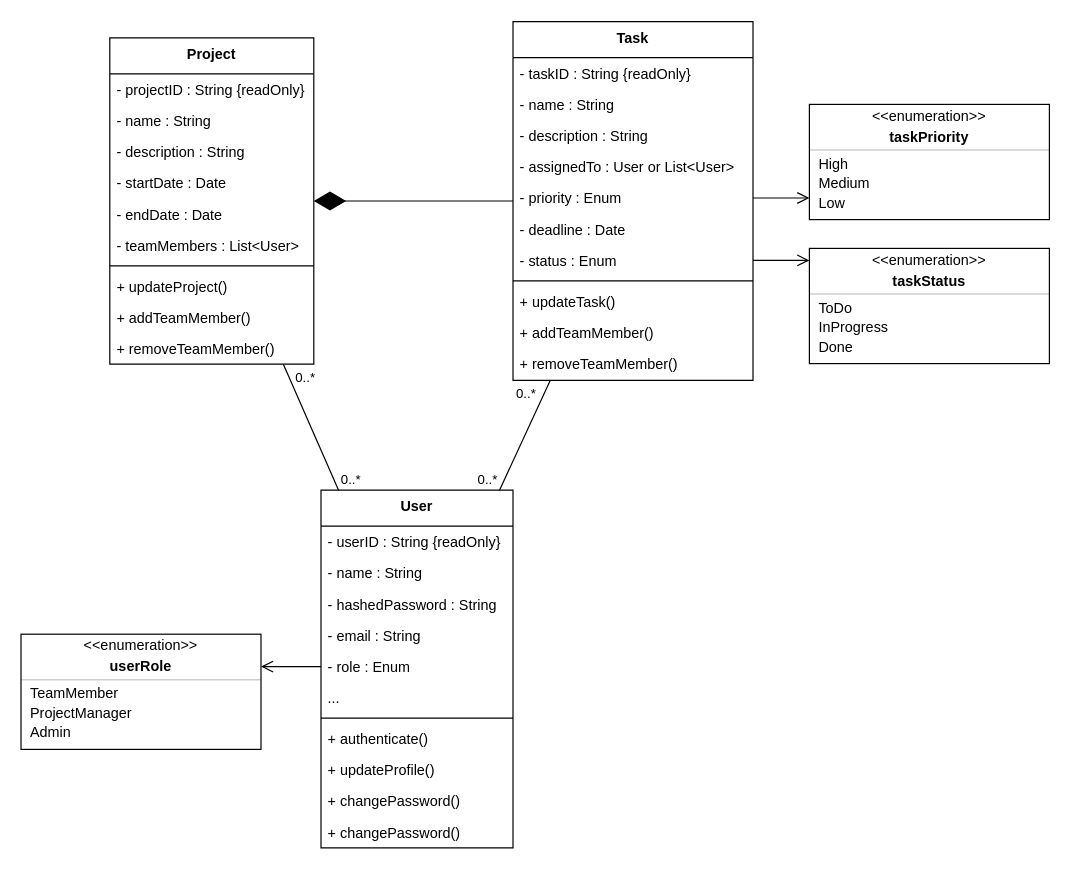
Before: Documents/UML/Class Diagrams/class_diagram.drawio in Triomphh/coman, a draw.io diagram. Source tidied: cells renumbered, new cells numbered last; positions are measured from the earlier drawing's top-left corner, leaving out a move shared by most shapes. Both pictures are drawn from the tidied source at 120%, with x=0, y=0 at pixel (20, 22).
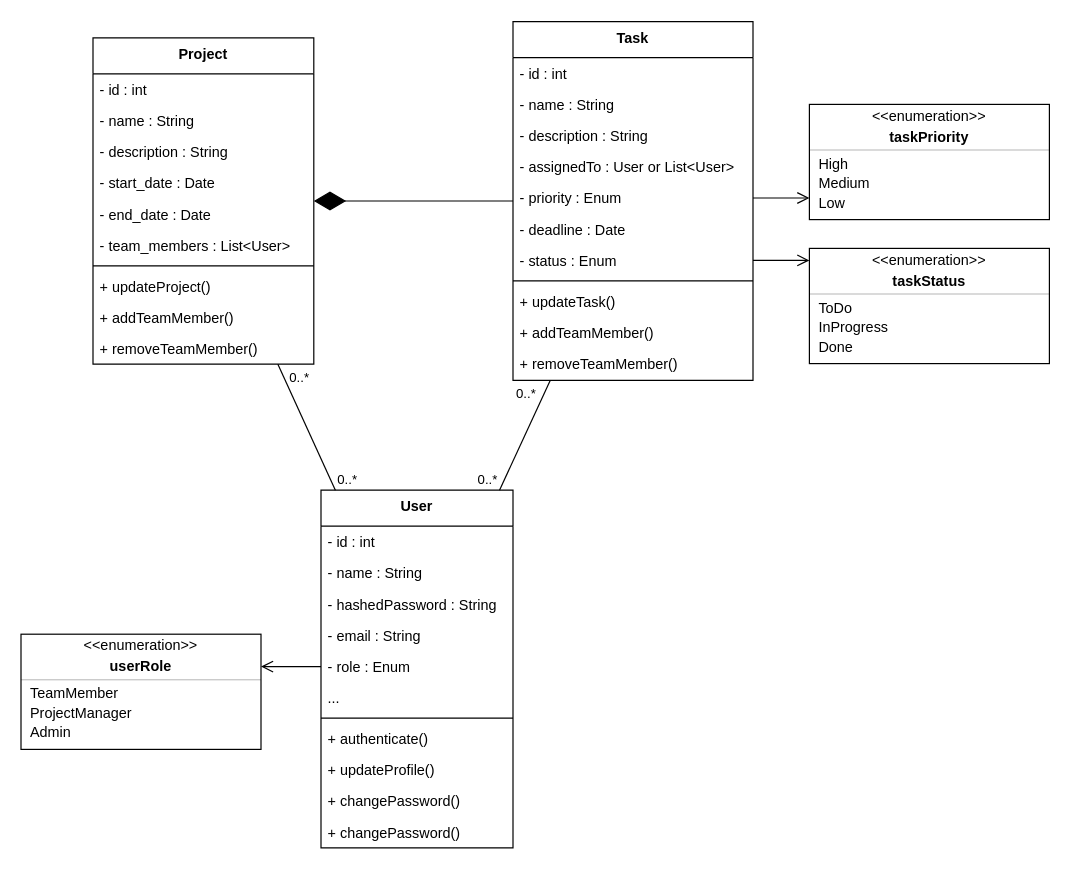
After the change.

Commit message:
Modify class diagram

Unchanged cells that the change refers to:
```xml
<mxCell id="2" value="User" style="swimlane;fontStyle=1;align=center;verticalAlign=top;horizontal=1;startSize=30;rounded=0;shadow=0;strokeWidth=1;" parent="1" vertex="1">
  <mxGeometry x="250" y="390" width="160" height="298" as="geometry" />
</mxCell>
<mxCell id="34" value="Task" style="swimlane;fontStyle=1;align=center;verticalAlign=top;horizontal=1;startSize=30;rounded=0;shadow=0;strokeWidth=1;" parent="1" vertex="1">
  <mxGeometry x="410" y="-0.5" width="200" height="299" as="geometry" />
</mxCell>
```

The edit, as a diff of the source:
```diff
@@
-    <mxCell id="3" value="- userID : String {readOnly}" style="text;align=left;verticalAlign=top;spacingLeft=4;spacingRight=4;overflow=hidden;" parent="2" vertex="1">
+    <mxCell id="3" value="- id : int" style="text;align=left;verticalAlign=top;spacingLeft=4;spacingRight=4;overflow=hidden;" parent="2" vertex="1">
       <mxGeometry y="30" width="160" height="26" as="geometry" />
     </mxCell>
@@
     <mxCell id="23" value="Project" style="swimlane;fontStyle=1;align=center;verticalAlign=top;horizontal=1;startSize=30;rounded=0;shadow=0;strokeWidth=1;" parent="1" vertex="1">
-      <mxGeometry x="74" y="13" width="170" height="272" as="geometry" />
+      <mxGeometry x="60" y="13" width="184" height="272" as="geometry" />
     </mxCell>
-    <mxCell id="24" value="- projectID : String {readOnly}" style="text;align=left;verticalAlign=top;spacingLeft=4;spacingRight=4;overflow=hidden;" parent="23" vertex="1">
-      <mxGeometry y="30" width="170" height="26" as="geometry" />
+    <mxCell id="24" value="- id : int" style="text;align=left;verticalAlign=top;spacingLeft=4;spacingRight=4;overflow=hidden;" parent="23" vertex="1">
+      <mxGeometry y="30" width="184" height="26" as="geometry" />
     </mxCell>
     <mxCell id="25" value="- name : String" style="text;align=left;verticalAlign=top;spacingLeft=4;spacingRight=4;overflow=hidden;" parent="23" vertex="1">
-      <mxGeometry y="56" width="170" height="26" as="geometry" />
+      <mxGeometry y="56" width="184" height="26" as="geometry" />
     </mxCell>
     <mxCell id="26" value="- description : String" style="text;align=left;verticalAlign=top;spacingLeft=4;spacingRight=4;overflow=hidden;" parent="23" vertex="1">
-      <mxGeometry y="82" width="170" height="26" as="geometry" />
+      <mxGeometry y="82" width="184" height="26" as="geometry" />
     </mxCell>
-    <mxCell id="27" value="- startDate : Date" style="text;align=left;verticalAlign=top;spacingLeft=4;spacingRight=4;overflow=hidden;" parent="23" vertex="1">
-      <mxGeometry y="108" width="170" height="26" as="geometry" />
+    <mxCell id="27" value="- start_date : Date" style="text;align=left;verticalAlign=top;spacingLeft=4;spacingRight=4;overflow=hidden;" parent="23" vertex="1">
+      <mxGeometry y="108" width="184" height="26" as="geometry" />
     </mxCell>
-    <mxCell id="28" value="- endDate : Date" style="text;align=left;verticalAlign=top;spacingLeft=4;spacingRight=4;overflow=hidden;" parent="23" vertex="1">
-      <mxGeometry y="134" width="170" height="26" as="geometry" />
+    <mxCell id="28" value="- end_date : Date" style="text;align=left;verticalAlign=top;spacingLeft=4;spacingRight=4;overflow=hidden;" parent="23" vertex="1">
+      <mxGeometry y="134" width="184" height="26" as="geometry" />
     </mxCell>
-    <mxCell id="29" value="- teamMembers : List&lt;User&gt;" style="text;align=left;verticalAlign=top;spacingLeft=4;spacingRight=4;overflow=hidden;" parent="23" vertex="1">
-      <mxGeometry y="160" width="170" height="26" as="geometry" />
+    <mxCell id="29" value="- team_members : List&lt;User&gt;" style="text;align=left;verticalAlign=top;spacingLeft=4;spacingRight=4;overflow=hidden;" parent="23" vertex="1">
+      <mxGeometry y="160" width="184" height="26" as="geometry" />
     </mxCell>
     <mxCell id="30" style="line;html=1;strokeWidth=1;align=left;verticalAlign=middle;spacingTop=-1;spacingLeft=3;spacingRight=3;labelPosition=right;" parent="23" vertex="1">
-      <mxGeometry y="186" width="170" height="8" as="geometry" />
+      <mxGeometry y="186" width="184" height="8" as="geometry" />
     </mxCell>
     <mxCell id="31" value="+ updateProject()" style="text;align=left;verticalAlign=top;spacingLeft=4;spacingRight=4;overflow=hidden;" parent="23" vertex="1">
-      <mxGeometry y="194" width="170" height="26" as="geometry" />
+      <mxGeometry y="194" width="184" height="26" as="geometry" />
     </mxCell>
     <mxCell id="32" value="+ addTeamMember()" style="text;align=left;verticalAlign=top;spacingLeft=4;spacingRight=4;overflow=hidden;" parent="23" vertex="1">
-      <mxGeometry y="220" width="170" height="26" as="geometry" />
+      <mxGeometry y="220" width="184" height="26" as="geometry" />
     </mxCell>
     <mxCell id="33" value="+ removeTeamMember()" style="text;align=left;verticalAlign=top;spacingLeft=4;spacingRight=4;overflow=hidden;" parent="23" vertex="1">
-      <mxGeometry y="246" width="170" height="26" as="geometry" />
+      <mxGeometry y="246" width="184" height="26" as="geometry" />
     </mxCell>
@@
-    <mxCell id="35" value="- taskID : String {readOnly}" style="text;align=left;verticalAlign=top;spacingLeft=4;spacingRight=4;overflow=hidden;" parent="34" vertex="1">
+    <mxCell id="35" value="- id : int" style="text;align=left;verticalAlign=top;spacingLeft=4;spacingRight=4;overflow=hidden;" parent="34" vertex="1">
       <mxGeometry y="30" width="200" height="26" as="geometry" />
     </mxCell>
```
